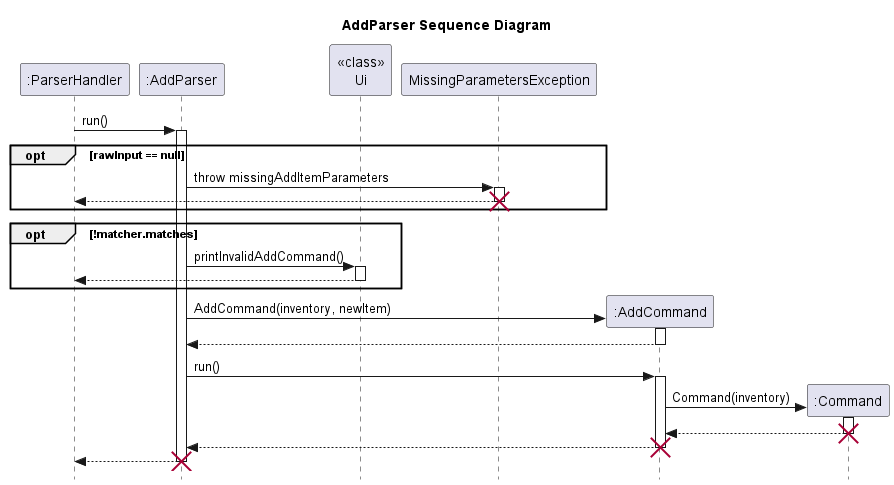
Above: docs/UML/Add/AddParser.png in nus-cs2113-AY2223S2/tp (PlantUML), before the change.
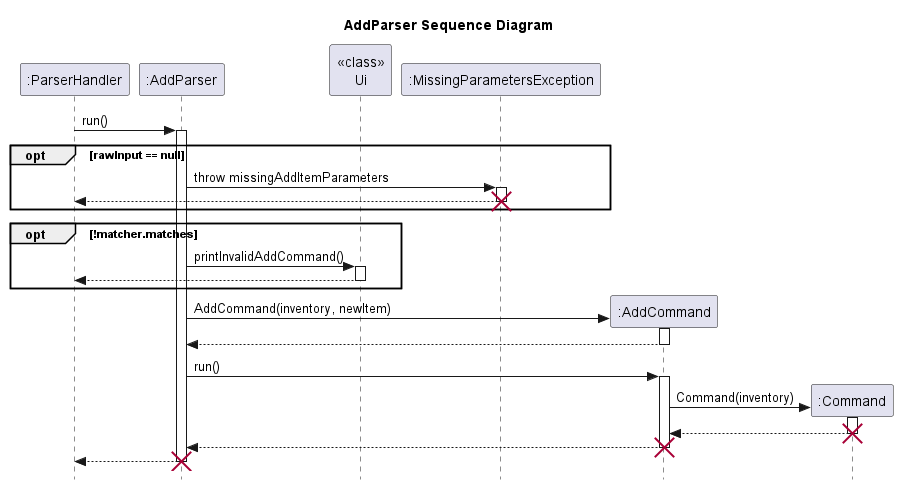
After the commit.

Change to the diagram source:
```diff
@@ -9,11 +9,11 @@
 activate AddParser
 participant "<<class>>\nUi"
 opt rawInput == null
-AddParser -> MissingParametersException:throw missingAddItemParameters
-activate MissingParametersException
-MissingParametersException --> ParserHandler:
-deactivate MissingParametersException
-destroy MissingParametersException
+AddParser -> ":MissingParametersException":throw missingAddItemParameters
+activate ":MissingParametersException"
+":MissingParametersException" --> ParserHandler:
+deactivate ":MissingParametersException"
+destroy ":MissingParametersException"
 end
 
 opt !matcher.matches
```
